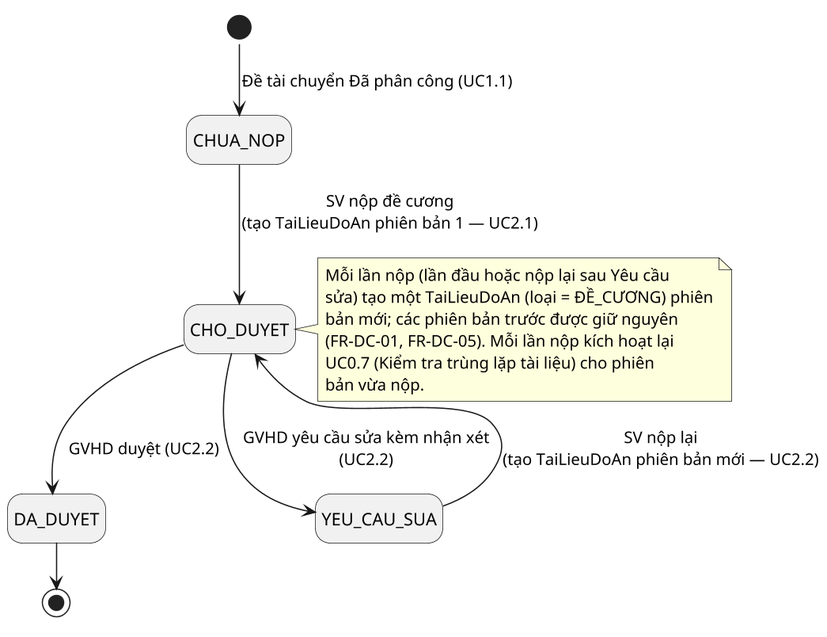
This is docs/chuong-3-thiet-ke/so-do-lop/trang-thai-de-cuong.png from dtc235200036-alt/ICTU-DATN-NguyenThiMaiAnh, a PlantUML export, as it was before one commit.
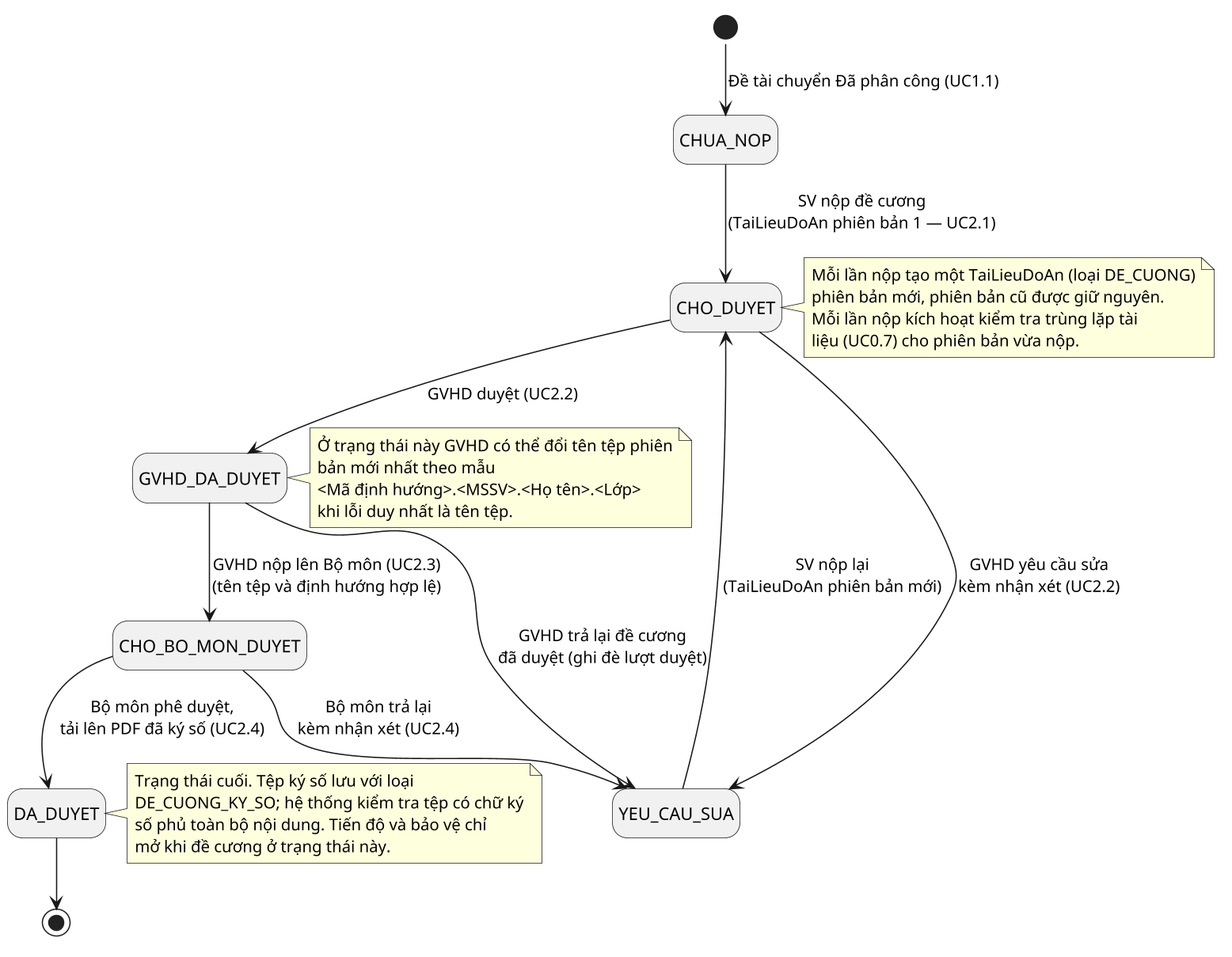
After the change.

Change to the diagram source:
```diff
@@ -9,22 +9,40 @@
 
 [*] --> CHUA_NOP : Đề tài chuyển Đã phân công (UC1.1)
 
-CHUA_NOP --> CHO_DUYET : SV nộp đề cương\n(tạo TaiLieuDoAn phiên bản 1 — UC2.1)
+CHUA_NOP --> CHO_DUYET : SV nộp đề cương\n(TaiLieuDoAn phiên bản 1 — UC2.1)
 
-CHO_DUYET --> DA_DUYET : GVHD duyệt (UC2.2)
-CHO_DUYET --> YEU_CAU_SUA : GVHD yêu cầu sửa kèm nhận xét\n(UC2.2)
+CHO_DUYET --> GVHD_DA_DUYET : GVHD duyệt (UC2.2)
+CHO_DUYET --> YEU_CAU_SUA : GVHD yêu cầu sửa\nkèm nhận xét (UC2.2)
 
-YEU_CAU_SUA --> CHO_DUYET : SV nộp lại\n(tạo TaiLieuDoAn phiên bản mới — UC2.2)
+GVHD_DA_DUYET --> YEU_CAU_SUA : GVHD trả lại đề cương\nđã duyệt (ghi đè lượt duyệt)
+GVHD_DA_DUYET --> CHO_BO_MON_DUYET : GVHD nộp lên Bộ môn (UC2.3)\n(tên tệp và định hướng hợp lệ)
+
+CHO_BO_MON_DUYET --> DA_DUYET : Bộ môn phê duyệt,\ntải lên PDF đã ký số (UC2.4)
+CHO_BO_MON_DUYET --> YEU_CAU_SUA : Bộ môn trả lại\nkèm nhận xét (UC2.4)
+
+YEU_CAU_SUA --> CHO_DUYET : SV nộp lại\n(TaiLieuDoAn phiên bản mới)
 
 DA_DUYET --> [*]
 
 note right of CHO_DUYET
-  Mỗi lần nộp (lần đầu hoặc nộp lại sau Yêu cầu
-  sửa) tạo một TaiLieuDoAn (loại = ĐỀ_CƯƠNG) phiên
-  bản mới; các phiên bản trước được giữ nguyên
-  (FR-DC-01, FR-DC-05). Mỗi lần nộp kích hoạt lại
-  UC0.7 (Kiểm tra trùng lặp tài liệu) cho phiên
-  bản vừa nộp.
+  Mỗi lần nộp tạo một TaiLieuDoAn (loại DE_CUONG)
+  phiên bản mới, phiên bản cũ được giữ nguyên.
+  Mỗi lần nộp kích hoạt kiểm tra trùng lặp tài
+  liệu (UC0.7) cho phiên bản vừa nộp.
+end note
+
+note right of GVHD_DA_DUYET
+  Ở trạng thái này GVHD có thể đổi tên tệp phiên
+  bản mới nhất theo mẫu
+  <Mã định hướng>.<MSSV>.<Họ tên>.<Lớp>
+  khi lỗi duy nhất là tên tệp.
+end note
+
+note right of DA_DUYET
+  Trạng thái cuối. Tệp ký số lưu với loại
+  DE_CUONG_KY_SO; hệ thống kiểm tra tệp có chữ ký
+  số phủ toàn bộ nội dung. Tiến độ và bảo vệ chỉ
+  mở khi đề cương ở trạng thái này.
 end note
 
 @enduml
```
